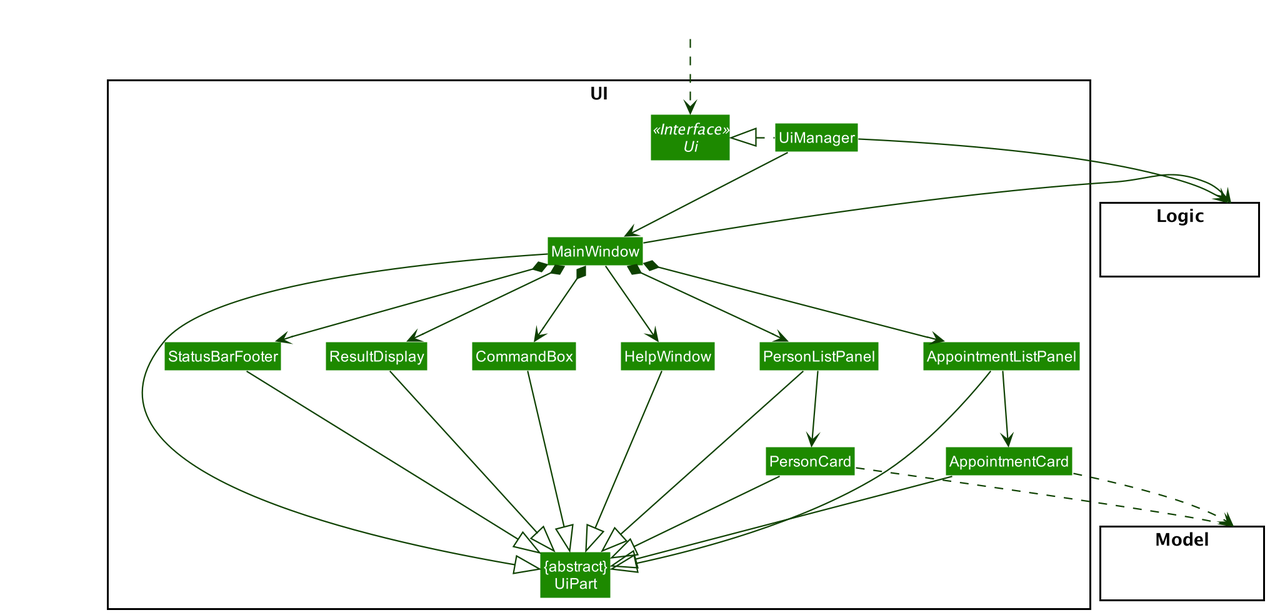
The PlantUML diagram docs/images/UiClassDiagram.png in nus-cs2103-AY2021S2/tp, before a commit. Its source is kept beside it as docs/diagrams/UiClassDiagram.puml.
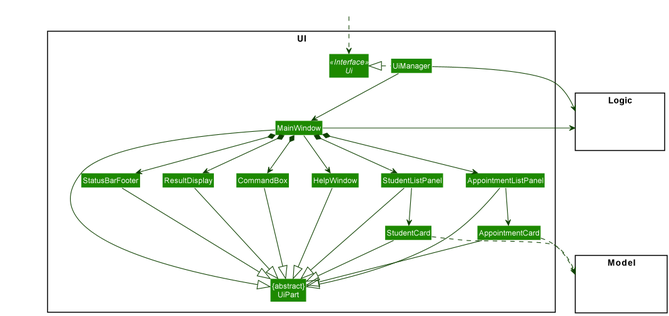
Above is the later version.

Change to the diagram source:
```diff
@@ -11,9 +11,9 @@
 Class MainWindow
 Class HelpWindow
 Class ResultDisplay
-Class PersonListPanel
+Class StudentListPanel
 Class AppointmentListPanel
-Class PersonCard
+Class StudentCard
 Class AppointmentCard
 Class StatusBarFooter
 Class CommandBox
@@ -35,11 +35,11 @@
 MainWindow --> HelpWindow
 MainWindow *-down-> CommandBox
 MainWindow *-down-> ResultDisplay
-MainWindow *-down-> PersonListPanel
+MainWindow *-down-> StudentListPanel
 MainWindow *-down-> AppointmentListPanel
 MainWindow *-down-> StatusBarFooter
 
-PersonListPanel -down-> PersonCard
+StudentListPanel -down-> StudentCard
 
 AppointmentListPanel -down-> AppointmentCard
 
@@ -47,19 +47,19 @@
 
 ResultDisplay --|> UiPart
 CommandBox --|> UiPart
-PersonListPanel --|> UiPart
-PersonCard --|> UiPart
+StudentListPanel --|> UiPart
+StudentCard --|> UiPart
 AppointmentListPanel --|> UiPart
 AppointmentCard --|> UiPart
 StatusBarFooter --|> UiPart
 HelpWindow -down-|> UiPart
 
-PersonCard ..> Model
+StudentCard ..> Model
 AppointmentCard ..> Model
 UiManager -right-> Logic
 MainWindow -left-> Logic
 
-PersonListPanel -[hidden]left- HelpWindow
+StudentListPanel -[hidden]left- HelpWindow
 HelpWindow -[hidden]left- CommandBox
 CommandBox -[hidden]left- ResultDisplay
 ResultDisplay -[hidden]left- StatusBarFooter
```
